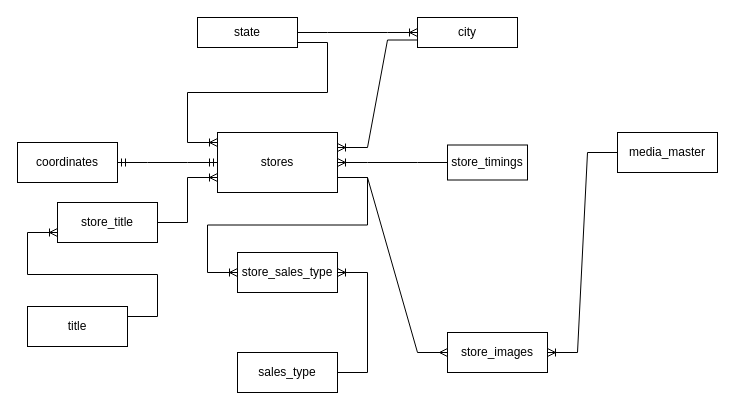
Before: Untitled Diagram.drawio in Sainath1998/git, a draw.io diagram. Source tidied: cells renumbered, new cells numbered last; positions are measured from the earlier drawing's top-left corner, leaving out a move shared by most shapes. Both pictures are drawn from the tidied source at 100%, with x=0, y=0 at pixel (17, 17).
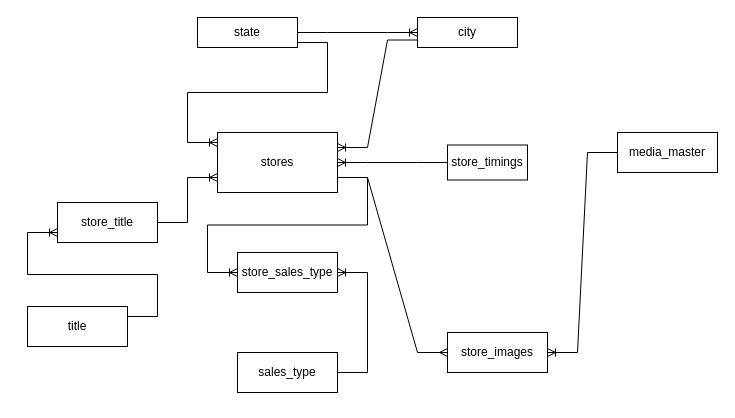
After the change.

Commit message:
stores model

The change refers to these unchanged cells:
```xml
<mxCell id="5" value="stores" style="rounded=0;whiteSpace=wrap;html=1;" parent="1" vertex="1">
  <mxGeometry x="200" y="115" width="120" height="60" as="geometry" />
</mxCell>
```

The edit, as a diff of the source:
```diff
@@
-    <mxCell id="23" value="coordinates" style="whiteSpace=wrap;html=1;align=center;" parent="1" vertex="1">
-      <mxGeometry y="125" width="100" height="40" as="geometry" />
-    </mxCell>
-    <mxCell id="24" style="edgeStyle=entityRelationEdgeStyle;fontSize=12;html=1;endArrow=ERmandOne;startArrow=ERmandOne;rounded=0;entryX=0;entryY=0.5;entryDx=0;entryDy=0;exitX=1;exitY=0.5;exitDx=0;exitDy=0;" parent="1" edge="1" source="23" target="5">
-      <mxGeometry relative="1" as="geometry" />
-    </mxCell>
```
